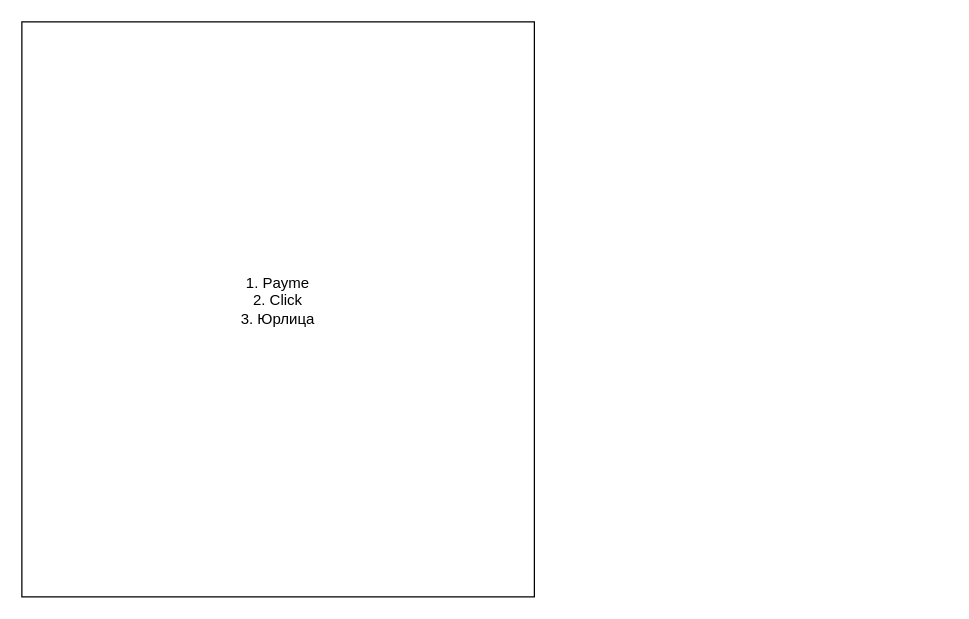
Earlier version of the draw.io diagram page "actions" (13 of 13) of Advertiser-Blogger.drawio (KmvRoman/Diagrams). Source tidied: cells renumbered, new cells numbered last; positions are measured from the earlier drawing's top-left corner, leaving out a move shared by most shapes. Both pictures are drawn from the tidied source at 125%, with x=0, y=0 at pixel (21, 21).
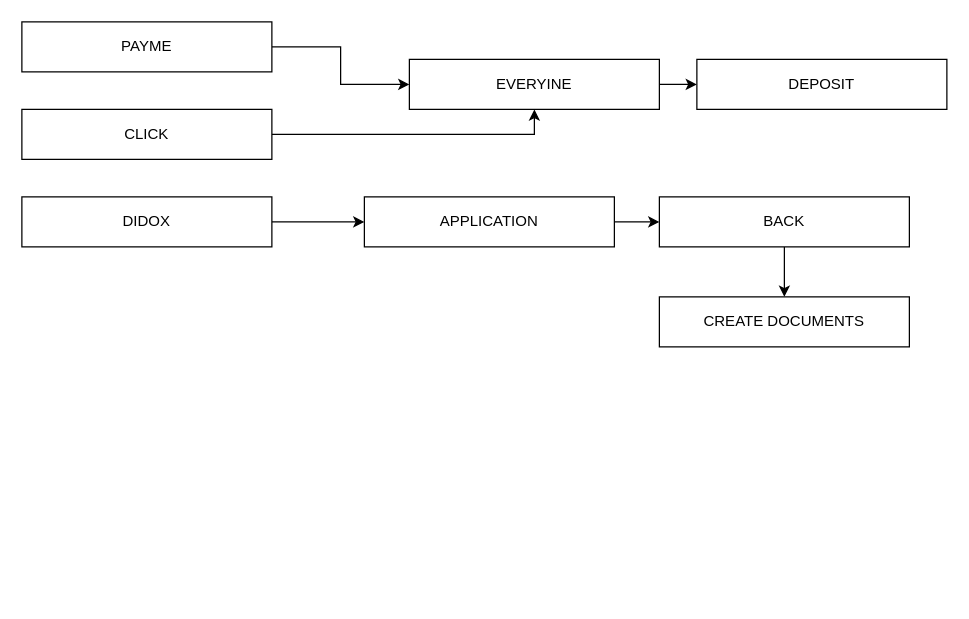
The same diagram, later.

Diff of the diagram source:
```diff
@@
 <mxGraphModel>
   <root>
     <mxCell id="0" />
     <mxCell id="1" parent="0" />
+    <mxCell id="3" style="edgeStyle=orthogonalEdgeStyle;rounded=0;jettySize=auto;html=1;entryX=0;entryY=0.5;entryDx=0;entryDy=0;" parent="1" edge="1" source="2" target="9">
+      <mxGeometry relative="1" as="geometry" />
+    </mxCell>
-    <mxCell id="2" value="1. Payme&lt;div&gt;2. Click&lt;/div&gt;&lt;div&gt;3. Юрлица&lt;/div&gt;&lt;div&gt;&lt;br&gt;&lt;/div&gt;" style="rounded=0;whiteSpace=wrap;html=1;" parent="1" vertex="1">
-      <mxGeometry width="410" height="460" as="geometry" />
+    <mxCell id="2" value="PAYME" style="rounded=0;whiteSpace=wrap;html=1;" parent="1" vertex="1">
+      <mxGeometry width="200" height="40" as="geometry" />
     </mxCell>
+    <mxCell id="4" style="edgeStyle=orthogonalEdgeStyle;rounded=0;jettySize=auto;html=1;entryX=0.5;entryY=1;entryDx=0;entryDy=0;" parent="1" edge="1" source="5" target="9">
+      <mxGeometry relative="1" as="geometry" />
+    </mxCell>
+    <mxCell id="5" value="CLICK" style="rounded=0;whiteSpace=wrap;html=1;" parent="1" vertex="1">
+      <mxGeometry y="70" width="200" height="40" as="geometry" />
+    </mxCell>
+    <mxCell id="6" style="edgeStyle=orthogonalEdgeStyle;rounded=0;jettySize=auto;html=1;entryX=0;entryY=0.5;entryDx=0;entryDy=0;" parent="1" edge="1" source="7" target="12">
+      <mxGeometry relative="1" as="geometry" />
+    </mxCell>
+    <mxCell id="7" value="DIDOX" style="rounded=0;whiteSpace=wrap;html=1;" parent="1" vertex="1">
+      <mxGeometry y="140" width="200" height="40" as="geometry" />
+    </mxCell>
+    <mxCell id="8" style="edgeStyle=orthogonalEdgeStyle;rounded=0;jettySize=auto;html=1;entryX=0;entryY=0.5;entryDx=0;entryDy=0;" parent="1" edge="1" source="9" target="10">
+      <mxGeometry relative="1" as="geometry" />
+    </mxCell>
+    <mxCell id="9" value="EVERYINE" style="rounded=0;whiteSpace=wrap;html=1;" parent="1" vertex="1">
+      <mxGeometry x="310" y="30" width="200" height="40" as="geometry" />
+    </mxCell>
+    <mxCell id="10" value="DEPOSIT" style="rounded=0;whiteSpace=wrap;html=1;" parent="1" vertex="1">
+      <mxGeometry x="540" y="30" width="200" height="40" as="geometry" />
+    </mxCell>
+    <mxCell id="11" style="edgeStyle=orthogonalEdgeStyle;rounded=0;jettySize=auto;html=1;entryX=0;entryY=0.5;entryDx=0;entryDy=0;" parent="1" edge="1" source="12" target="14">
+      <mxGeometry relative="1" as="geometry" />
+    </mxCell>
+    <mxCell id="12" value="APPLICATION" style="rounded=0;whiteSpace=wrap;html=1;" parent="1" vertex="1">
+      <mxGeometry x="274" y="140" width="200" height="40" as="geometry" />
+    </mxCell>
+    <mxCell id="13" style="edgeStyle=orthogonalEdgeStyle;rounded=0;jettySize=auto;html=1;entryX=0.5;entryY=0;entryDx=0;entryDy=0;" parent="1" edge="1" source="14" target="15">
+      <mxGeometry relative="1" as="geometry" />
+    </mxCell>
+    <mxCell id="14" value="BACK" style="rounded=0;whiteSpace=wrap;html=1;" parent="1" vertex="1">
+      <mxGeometry x="510" y="140" width="200" height="40" as="geometry" />
+    </mxCell>
+    <mxCell id="15" value="CREATE DOCUMENTS" style="rounded=0;whiteSpace=wrap;html=1;" parent="1" vertex="1">
+      <mxGeometry x="510" y="220" width="200" height="40" as="geometry" />
+    </mxCell>
   </root>
 </mxGraphModel>
```
